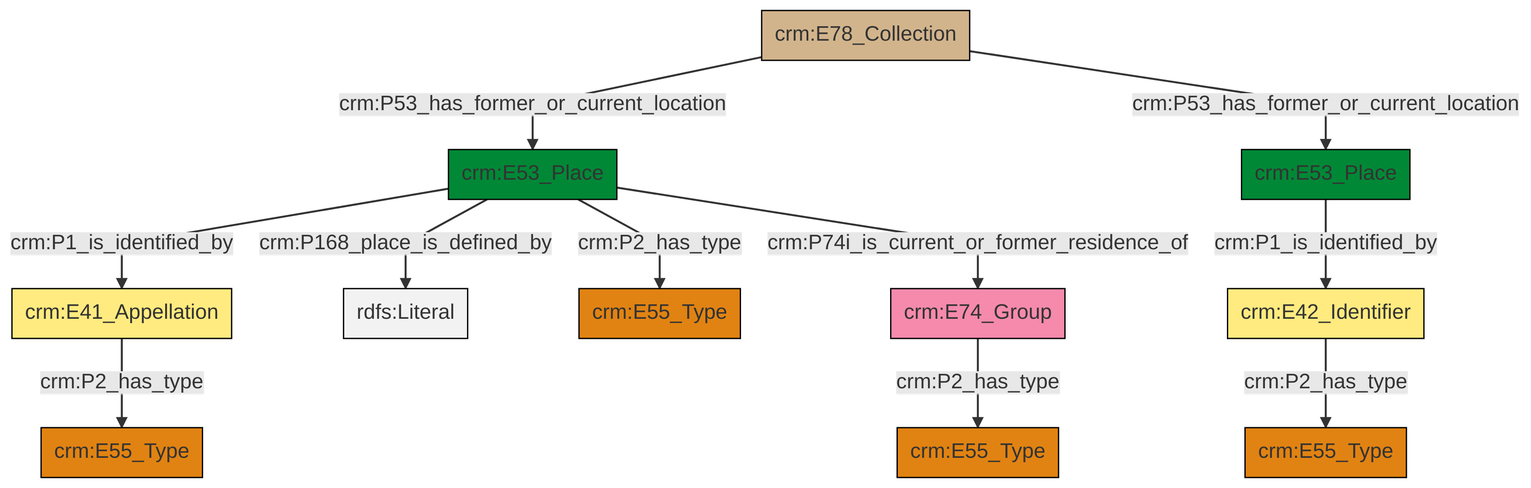
Before: et/archivalCSV/ttl/mmd/png/archival_location.png, a diagram exported from Mermaid (swiss-art-research-net/docs.swissartresearch). Its source is kept beside it as et/archivalCSV/ttl/mmd/archival_location.ttl.mmd.
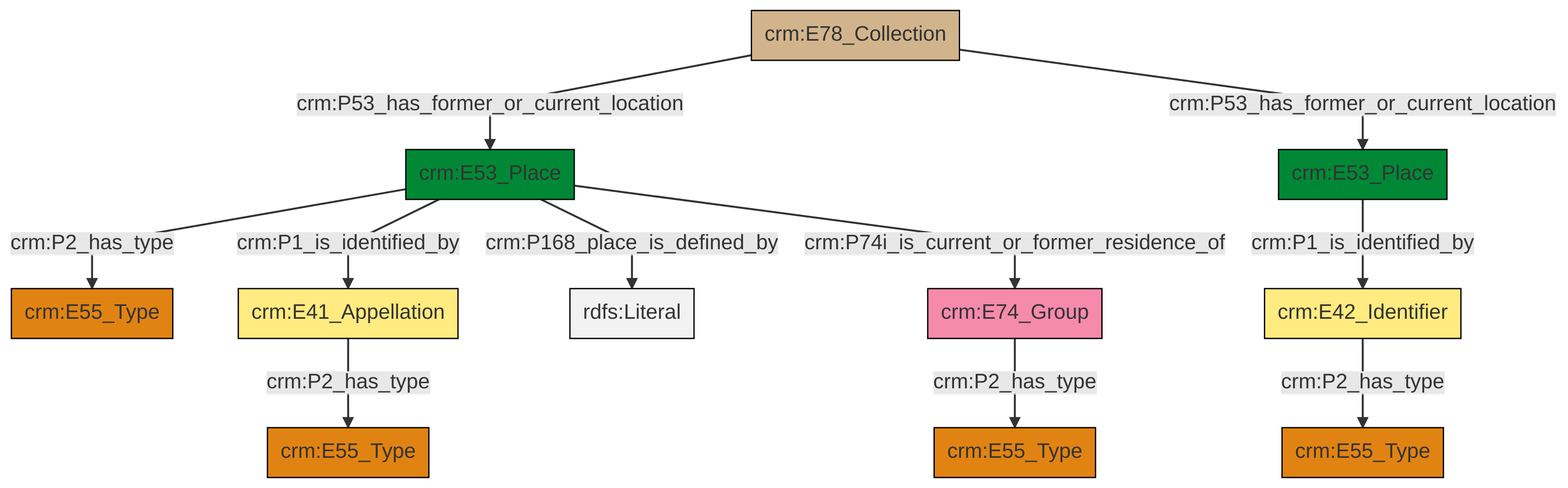
Later version of the same file.

Change to the diagram source:
```diff
@@ -13,13 +13,13 @@
 classDef PC_Classes fill:#4ce600, stroke:#000000;
 classDef Multi fill:#cccccc,stroke:#000000;
 
-0["crm:E41_Appellation"]:::Appellation -->|crm:P2_has_type| 1["crm:E55_Type"]:::Type
-2["crm:E78_Collection"]:::Physical_Thing -->|crm:P53_has_former_or_current_location| 3["crm:E53_Place"]:::Place
-6["crm:E53_Place"]:::Place -->|crm:P1_is_identified_by| 9["crm:E42_Identifier"]:::Appellation
-12["crm:E74_Group"]:::Actor -->|crm:P2_has_type| 10["crm:E55_Type"]:::Type
-9["crm:E42_Identifier"]:::Appellation -->|crm:P2_has_type| 13["crm:E55_Type"]:::Type
-3["crm:E53_Place"]:::Place -->|crm:P1_is_identified_by| 0["crm:E41_Appellation"]:::Appellation
-3["crm:E53_Place"]:::Place -->|crm:P168_place_is_defined_by| 18[rdfs:Literal]:::Literal
-2["crm:E78_Collection"]:::Physical_Thing -->|crm:P53_has_former_or_current_location| 6["crm:E53_Place"]:::Place
-3["crm:E53_Place"]:::Place -->|crm:P2_has_type| 4["crm:E55_Type"]:::Type
-3["crm:E53_Place"]:::Place -->|crm:P74i_is_current_or_former_residence_of| 12["crm:E74_Group"]:::Actor
+2["crm:E78_Collection"]:::Physical_Thing -->|crm:P53_has_former_or_current_location| 0["crm:E53_Place"]:::Place
+0["crm:E53_Place"]:::Place -->|crm:P2_has_type| 5["crm:E55_Type"]:::Type
+0["crm:E53_Place"]:::Place -->|crm:P1_is_identified_by| 3["crm:E41_Appellation"]:::Appellation
+10["crm:E74_Group"]:::Actor -->|crm:P2_has_type| 6["crm:E55_Type"]:::Type
+18["crm:E42_Identifier"]:::Appellation -->|crm:P2_has_type| 8["crm:E55_Type"]:::Type
+3["crm:E41_Appellation"]:::Appellation -->|crm:P2_has_type| 11["crm:E55_Type"]:::Type
+15["crm:E53_Place"]:::Place -->|crm:P1_is_identified_by| 18["crm:E42_Identifier"]:::Appellation
+0["crm:E53_Place"]:::Place -->|crm:P168_place_is_defined_by| 23[rdfs:Literal]:::Literal
+0["crm:E53_Place"]:::Place -->|crm:P74i_is_current_or_former_residence_of| 10["crm:E74_Group"]:::Actor
+2["crm:E78_Collection"]:::Physical_Thing -->|crm:P53_has_former_or_current_location| 15["crm:E53_Place"]:::Place
```
